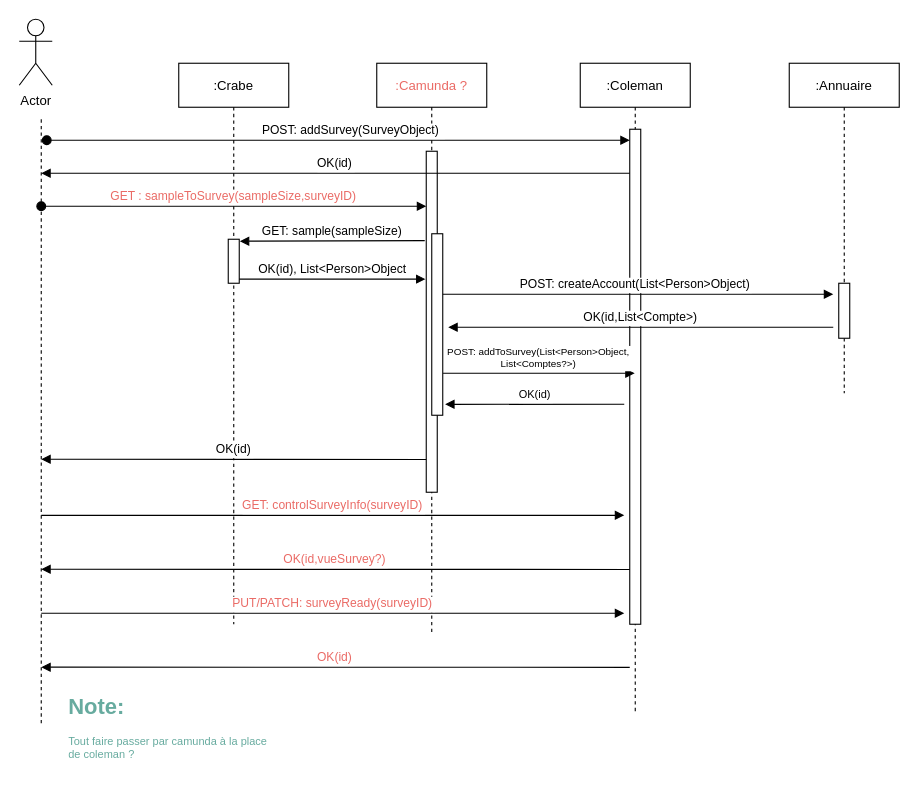
Before: SequenceDiagram.drawio in MailineN/CrabeColemanAnnuaireDiagrams, a draw.io diagram. Source tidied: cells renumbered, new cells numbered last; positions are measured from the earlier drawing's top-left corner, leaving out a move shared by most shapes. Both pictures are drawn from the tidied source at 110%, with x=0, y=0 at pixel (19, 19).
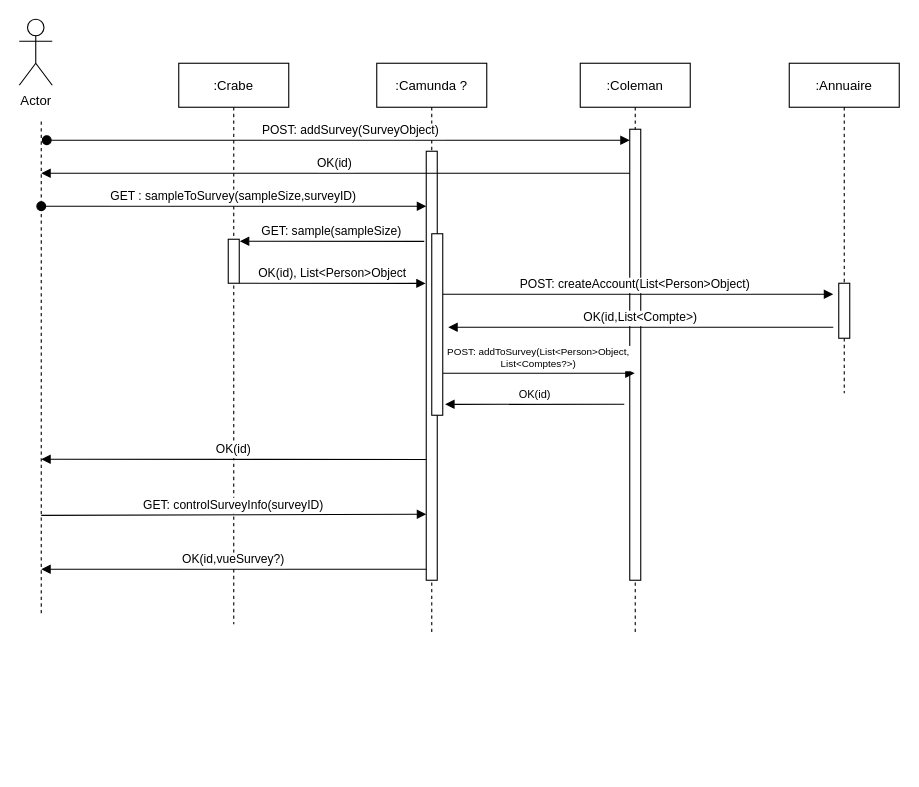
The same page after the edit.

Unchanged cells that the change refers to:
```xml
<mxCell id="2" value=":Crabe" style="shape=umlLifeline;perimeter=lifelinePerimeter;rounded=0;shadow=0;strokeWidth=1;" parent="1" vertex="1">
  <mxGeometry x="145" y="40" width="100" height="510" as="geometry" />
</mxCell>
<mxCell id="3" style="points=[];perimeter=orthogonalPerimeter;rounded=0;shadow=0;strokeWidth=1;" parent="2" vertex="1">
  <mxGeometry x="45" y="160" width="10" height="40" as="geometry" />
</mxCell>
```

What changed in the source:
```diff
@@
-    <mxCell id="4" value="GET :  sampleToSurvey(sampleSize,surveyID)" style="verticalAlign=bottom;startArrow=oval;endArrow=block;startSize=8;shadow=0;strokeWidth=1;fontColor=#EA6B66;" parent="2" edge="1">
+    <mxCell id="4" value="GET :  sampleToSurvey(sampleSize,surveyID)" style="verticalAlign=bottom;startArrow=oval;endArrow=block;startSize=8;shadow=0;strokeWidth=1;fontColor=#000000;" parent="2" edge="1">
       <mxGeometry relative="1" as="geometry">
         <mxPoint x="-125" y="130" as="sourcePoint" />
         <mxPoint x="225" y="130" as="targetPoint" />
       </mxGeometry>
     </mxCell>
-    <mxCell id="5" value=":Camunda ?" style="shape=umlLifeline;perimeter=lifelinePerimeter;rounded=0;shadow=0;strokeWidth=1;fontColor=#EA6B66;" parent="1" vertex="1">
+    <mxCell id="5" value=":Camunda ?" style="shape=umlLifeline;perimeter=lifelinePerimeter;rounded=0;shadow=0;strokeWidth=1;fontColor=#000000;" parent="1" vertex="1">
       <mxGeometry x="325" y="40" width="100" height="520" as="geometry" />
     </mxCell>
     <mxCell id="6" style="points=[];perimeter=orthogonalPerimeter;rounded=0;shadow=0;strokeWidth=1;" parent="5" vertex="1">
-      <mxGeometry x="45" y="80" width="10" height="310" as="geometry" />
+      <mxGeometry x="45" y="80" width="10" height="390" as="geometry" />
     </mxCell>
-    <mxCell id="7" value="PUT/PATCH: surveyReady(surveyID)" style="verticalAlign=bottom;endArrow=block;shadow=0;strokeWidth=1;exitX=1.211;exitY=0.213;exitDx=0;exitDy=0;exitPerimeter=0;fontColor=#EA6B66;" parent="5" edge="1">
-      <mxGeometry relative="1" as="geometry">
-        <mxPoint x="-305" y="500" as="sourcePoint" />
-        <mxPoint x="225" y="500" as="targetPoint" />
-      </mxGeometry>
-    </mxCell>
-    <mxCell id="8" value="OK(id)" style="verticalAlign=bottom;endArrow=block;shadow=0;strokeWidth=1;fontColor=#EA6B66;" parent="5" edge="1">
-      <mxGeometry relative="1" as="geometry">
-        <mxPoint x="230" y="549.2" as="sourcePoint" />
-        <mxPoint x="-305" y="549" as="targetPoint" />
-      </mxGeometry>
-    </mxCell>
     <mxCell id="9" value=":Coleman" style="shape=umlLifeline;perimeter=lifelinePerimeter;rounded=0;shadow=0;strokeWidth=1;" parent="1" vertex="1">
-      <mxGeometry x="510" y="40" width="100" height="590" as="geometry" />
+      <mxGeometry x="510" y="40" width="100" height="520" as="geometry" />
     </mxCell>
     <mxCell id="10" style="perimeter=orthogonalPerimeter;rounded=0;shadow=0;strokeWidth=1;" parent="9" vertex="1">
-      <mxGeometry x="45" y="60" width="10" height="450" as="geometry" />
+      <mxGeometry x="45" y="60" width="10" height="410" as="geometry" />
     </mxCell>
@@
     <mxCell id="17" style="endArrow=none;dashed=1;html=1;rounded=0;" parent="1" edge="1">
       <mxGeometry relative="1" as="geometry">
-        <mxPoint x="20" y="640" as="sourcePoint" />
+        <mxPoint x="20" y="540" as="sourcePoint" />
         <mxPoint x="20" y="90" as="targetPoint" />
       </mxGeometry>
     </mxCell>
@@
-    <mxCell id="21" value="GET: sample(sampleSize)" style="verticalAlign=bottom;endArrow=block;shadow=0;strokeWidth=1;entryX=1.053;entryY=0.044;entryDx=0;entryDy=0;entryPerimeter=0;exitX=-0.138;exitY=0.262;exitDx=0;exitDy=0;exitPerimeter=0;" parent="1" edge="1" source="6" target="3">
+    <mxCell id="21" value="GET: sample(sampleSize)" style="verticalAlign=bottom;endArrow=block;shadow=0;strokeWidth=1;entryX=1.053;entryY=0.044;entryDx=0;entryDy=0;entryPerimeter=0;exitX=-0.182;exitY=0.21;exitDx=0;exitDy=0;exitPerimeter=0;" parent="1" edge="1" source="6" target="3">
       <mxGeometry relative="1" as="geometry" />
     </mxCell>
-    <mxCell id="22" value="OK(id), List&lt;Person&gt;Object" style="verticalAlign=bottom;endArrow=block;shadow=0;strokeWidth=1;entryX=-0.066;entryY=0.375;entryDx=0;entryDy=0;entryPerimeter=0;" parent="1" edge="1" source="3" target="6">
+    <mxCell id="22" value="OK(id), List&lt;Person&gt;Object" style="verticalAlign=bottom;endArrow=block;shadow=0;strokeWidth=1;entryX=-0.045;entryY=0.308;entryDx=0;entryDy=0;entryPerimeter=0;" parent="1" edge="1" source="3" target="6">
       <mxGeometry relative="1" as="geometry" />
     </mxCell>
@@
-    <mxCell id="25" value="GET: controlSurveyInfo(surveyID)" style="verticalAlign=bottom;endArrow=block;shadow=0;strokeWidth=1;exitX=1.211;exitY=0.213;exitDx=0;exitDy=0;exitPerimeter=0;fontColor=#EA6B66;" parent="1" edge="1">
+    <mxCell id="25" value="GET: controlSurveyInfo(surveyID)" style="verticalAlign=bottom;endArrow=block;shadow=0;strokeWidth=1;exitX=1.211;exitY=0.213;exitDx=0;exitDy=0;exitPerimeter=0;fontColor=#000000;" parent="1" edge="1">
       <mxGeometry relative="1" as="geometry">
         <mxPoint x="20" y="451" as="sourcePoint" />
-        <mxPoint x="550" y="451" as="targetPoint" />
+        <mxPoint x="370" y="450" as="targetPoint" />
       </mxGeometry>
     </mxCell>
-    <mxCell id="26" value="OK(id,vueSurvey?)" style="verticalAlign=bottom;endArrow=block;shadow=0;strokeWidth=1;fontColor=#EA6B66;" parent="1" edge="1">
+    <mxCell id="26" value="OK(id,vueSurvey?)" style="verticalAlign=bottom;endArrow=block;shadow=0;strokeWidth=1;fontColor=#000000;" parent="1" edge="1">
       <mxGeometry relative="1" as="geometry">
-        <mxPoint x="555" y="500.2" as="sourcePoint" />
+        <mxPoint x="370" y="500" as="sourcePoint" />
         <mxPoint x="20" y="500" as="targetPoint" />
       </mxGeometry>
     </mxCell>
-    <mxCell id="27" value="&lt;h1&gt;&lt;font color=&quot;#67ab9f&quot;&gt;Note:&amp;nbsp;&lt;/font&gt;&lt;/h1&gt;&lt;p&gt;&lt;font color=&quot;#67ab9f&quot;&gt;Tout faire passer par camunda à la place de coleman ?&lt;/font&gt;&lt;/p&gt;" style="text;html=1;strokeColor=none;fillColor=none;spacing=5;spacingTop=-20;whiteSpace=wrap;overflow=hidden;rounded=0;fontSize=10;" parent="1" vertex="1">
-      <mxGeometry x="40" y="610" width="190" height="70" as="geometry" />
-    </mxCell>
```
